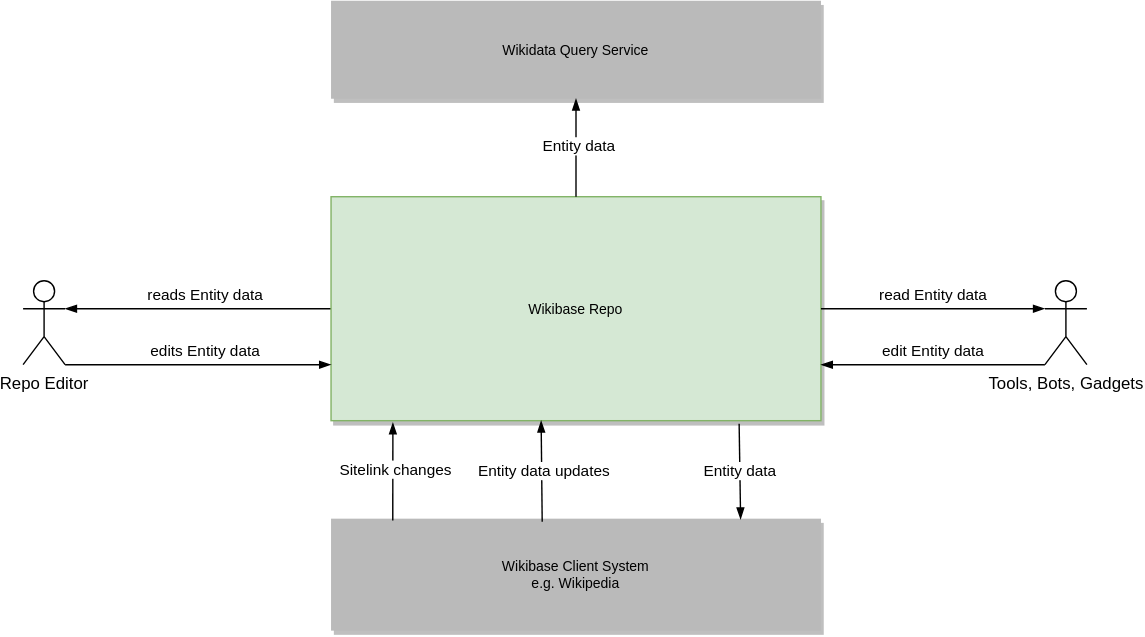
Above: systems/Repository/diagrams/03-business-context.drawio.svg in wmde/wikidata-wikibase-architecture (draw.io), before the change. Source tidied: cells renumbered, new cells last; positions are measured from the earlier drawing's top-left corner, leaving out a move shared by most shapes. Source of this version:
```xml
<mxGraphModel>
  <root>
    <mxCell id="0" />
    <mxCell id="1" parent="0" />
    <mxCell id="2" value="Wikibase Client System&#10;e.g. Wikipedia" style="rounded=0;shadow=1;fontSize=10;fontColor=#000000;strokeColor=none;direction=west;fillColor=#BABABA;" parent="1" vertex="1">
      <mxGeometry x="220" y="370" width="350" height="80" as="geometry" />
    </mxCell>
    <mxCell id="3" value="Repo Editor" style="shape=umlActor;verticalLabelPosition=bottom;verticalAlign=top;html=1;outlineConnect=0;" parent="1" vertex="1">
      <mxGeometry y="200" width="30" height="60" as="geometry" />
    </mxCell>
    <mxCell id="4" style="endArrow=none;strokeColor=#000000;fontSize=10;fontColor=#000000;strokeWidth=1;endFill=0;entryX=1;entryY=0.5;entryDx=0;entryDy=0;exitX=1;exitY=0.3333333333333333;exitDx=0;exitDy=0;exitPerimeter=0;startArrow=blockThin;startFill=1;" parent="1" edge="1" source="3" target="6">
      <mxGeometry relative="1" as="geometry" />
    </mxCell>
    <mxCell id="5" value="reads Entity data" style="edgeLabel;html=1;align=center;verticalAlign=middle;" parent="4" vertex="1">
      <mxGeometry x="0.24" y="-1" relative="1" as="geometry">
        <mxPoint x="-17.5" y="-11" as="offset" />
      </mxGeometry>
    </mxCell>
    <mxCell id="6" value="Wikibase Repo" style="rounded=0;shadow=1;fontSize=10;strokeColor=#82b366;direction=west;fillColor=#d5e8d4;" parent="1" vertex="1">
      <mxGeometry x="220" y="140" width="350" height="160" as="geometry" />
    </mxCell>
    <mxCell id="7" style="rounded=0;jettySize=auto;html=1;endArrow=none;endFill=0;exitX=0.491;exitY=1.044;exitDx=0;exitDy=0;exitPerimeter=0;entryX=0.874;entryY=0.983;entryDx=0;entryDy=0;entryPerimeter=0;startArrow=blockThin;startFill=1;" parent="1" edge="1" target="2">
      <mxGeometry relative="1" as="geometry">
        <mxPoint x="264.2" y="301.3" as="sourcePoint" />
      </mxGeometry>
    </mxCell>
    <mxCell id="8" value="Sitelink changes" style="edgeLabel;html=1;align=center;verticalAlign=middle;" parent="7" vertex="1">
      <mxGeometry x="0.2" relative="1" as="geometry">
        <mxPoint x="1.2" y="-8" as="offset" />
      </mxGeometry>
    </mxCell>
    <mxCell id="9" style="rounded=0;jettySize=auto;html=1;entryX=0.164;entryY=0.994;entryDx=0;entryDy=0;endArrow=blockThin;endFill=1;startArrow=none;startFill=0;strokeWidth=1;entryPerimeter=0;exitX=0.167;exitY=-0.014;exitDx=0;exitDy=0;exitPerimeter=0;" parent="1" edge="1" source="6" target="2">
      <mxGeometry relative="1" as="geometry" />
    </mxCell>
    <mxCell id="10" value="Entity data" style="edgeLabel;html=1;align=center;verticalAlign=middle;" parent="9" vertex="1">
      <mxGeometry x="0.14" y="-1" relative="1" as="geometry">
        <mxPoint x="0.8" y="-5.8" as="offset" />
      </mxGeometry>
    </mxCell>
    <mxCell id="11" style="rounded=0;jettySize=auto;html=1;endArrow=none;endFill=0;exitX=0.491;exitY=1.044;exitDx=0;exitDy=0;exitPerimeter=0;entryX=0.569;entryY=0.973;entryDx=0;entryDy=0;entryPerimeter=0;startArrow=blockThin;startFill=1;" parent="1" edge="1" target="2">
      <mxGeometry relative="1" as="geometry">
        <mxPoint x="370.1" y="300" as="sourcePoint" />
      </mxGeometry>
    </mxCell>
    <mxCell id="12" value="Entity data updates" style="edgeLabel;html=1;align=center;verticalAlign=middle;" parent="11" vertex="1">
      <mxGeometry x="0.2" relative="1" as="geometry">
        <mxPoint x="1.2" y="-8" as="offset" />
      </mxGeometry>
    </mxCell>
    <mxCell id="13" value="Wikidata Query Service" style="rounded=0;shadow=1;fontSize=10;fontColor=#000000;strokeColor=none;direction=west;fillColor=#BABABA;" parent="1" vertex="1">
      <mxGeometry x="220" width="350" height="70" as="geometry" />
    </mxCell>
    <mxCell id="14" style="rounded=0;jettySize=auto;html=1;endArrow=none;endFill=0;startArrow=blockThin;startFill=1;entryX=0.5;entryY=1;entryDx=0;entryDy=0;exitX=0.5;exitY=0;exitDx=0;exitDy=0;" parent="1" edge="1" source="13" target="6">
      <mxGeometry relative="1" as="geometry" />
    </mxCell>
    <mxCell id="15" value="Entity data" style="edgeLabel;html=1;align=center;verticalAlign=middle;" parent="14" vertex="1">
      <mxGeometry x="0.2" relative="1" as="geometry">
        <mxPoint x="1.2" y="-8" as="offset" />
      </mxGeometry>
    </mxCell>
    <mxCell id="16" style="endArrow=blockThin;strokeColor=#000000;fontSize=10;fontColor=#000000;strokeWidth=1;endFill=1;entryX=1;entryY=0.25;entryDx=0;entryDy=0;exitX=1;exitY=1;exitDx=0;exitDy=0;exitPerimeter=0;startArrow=none;startFill=0;" parent="1" edge="1" source="3" target="6">
      <mxGeometry relative="1" as="geometry" />
    </mxCell>
    <mxCell id="17" value="edits Entity data" style="edgeLabel;html=1;align=center;verticalAlign=middle;" parent="16" vertex="1">
      <mxGeometry x="0.24" y="-1" relative="1" as="geometry">
        <mxPoint x="-17.5" y="-11" as="offset" />
      </mxGeometry>
    </mxCell>
    <mxCell id="18" value="Tools, Bots, Gadgets" style="shape=umlActor;verticalLabelPosition=bottom;verticalAlign=top;html=1;outlineConnect=0;" parent="1" vertex="1">
      <mxGeometry x="730" y="200" width="30" height="60" as="geometry" />
    </mxCell>
    <mxCell id="19" style="endArrow=none;strokeColor=#000000;fontSize=10;fontColor=#000000;strokeWidth=1;endFill=0;exitX=0;exitY=0.3333333333333333;exitDx=0;exitDy=0;exitPerimeter=0;startArrow=blockThin;startFill=1;entryX=0;entryY=0.5;entryDx=0;entryDy=0;" parent="1" edge="1" source="18" target="6">
      <mxGeometry relative="1" as="geometry" />
    </mxCell>
    <mxCell id="20" value="read Entity data" style="edgeLabel;html=1;align=center;verticalAlign=middle;" parent="19" vertex="1">
      <mxGeometry x="0.24" y="-1" relative="1" as="geometry">
        <mxPoint x="19" y="-9" as="offset" />
      </mxGeometry>
    </mxCell>
    <mxCell id="21" style="endArrow=blockThin;strokeColor=#000000;fontSize=10;fontColor=#000000;strokeWidth=1;endFill=1;exitX=0;exitY=1;exitDx=0;exitDy=0;exitPerimeter=0;startArrow=none;startFill=0;entryX=0;entryY=0.25;entryDx=0;entryDy=0;" parent="1" edge="1" source="18" target="6">
      <mxGeometry relative="1" as="geometry" />
    </mxCell>
    <mxCell id="22" value="edit Entity data" style="edgeLabel;html=1;align=center;verticalAlign=middle;" parent="21" vertex="1">
      <mxGeometry x="0.24" y="-1" relative="1" as="geometry">
        <mxPoint x="19" y="-9" as="offset" />
      </mxGeometry>
    </mxCell>
  </root>
</mxGraphModel>
```
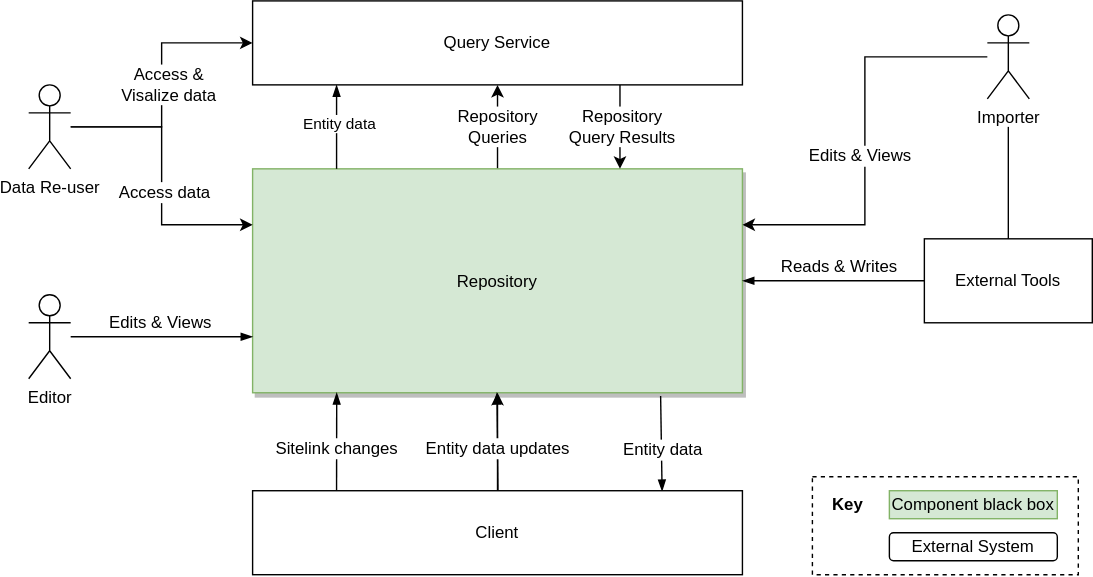
Above is the later version.

Commit message:
Add some initial query service content

What changed in the source:
```diff
@@ -2,88 +2,146 @@
   <root>
     <mxCell id="0" />
     <mxCell id="1" parent="0" />
-    <mxCell id="2" value="Wikibase Client System&#10;e.g. Wikipedia" style="rounded=0;shadow=1;fontSize=10;fontColor=#000000;strokeColor=none;direction=west;fillColor=#BABABA;" parent="1" vertex="1">
-      <mxGeometry x="220" y="370" width="350" height="80" as="geometry" />
-    </mxCell>
+    <mxCell id="23" style="edgeStyle=orthogonalEdgeStyle;rounded=0;orthogonalLoop=1;jettySize=auto;html=1;fontSize=12;" parent="1" edge="1">
+      <mxGeometry relative="1" as="geometry">
+        <mxPoint x="760" y="110" as="sourcePoint" />
+        <mxPoint x="760" y="200" as="targetPoint" />
+      </mxGeometry>
+    </mxCell>
-    <mxCell id="3" value="Repo Editor" style="shape=umlActor;verticalLabelPosition=bottom;verticalAlign=top;html=1;outlineConnect=0;" parent="1" vertex="1">
-      <mxGeometry y="200" width="30" height="60" as="geometry" />
+    <mxCell id="3" value="Editor" style="shape=umlActor;verticalLabelPosition=bottom;verticalAlign=top;html=1;outlineConnect=0;" parent="1" vertex="1">
+      <mxGeometry x="60" y="230" width="30" height="60" as="geometry" />
     </mxCell>
-    <mxCell id="4" style="endArrow=none;strokeColor=#000000;fontSize=10;fontColor=#000000;strokeWidth=1;endFill=0;entryX=1;entryY=0.5;entryDx=0;entryDy=0;exitX=1;exitY=0.3333333333333333;exitDx=0;exitDy=0;exitPerimeter=0;startArrow=blockThin;startFill=1;" parent="1" edge="1" source="3" target="6">
-      <mxGeometry relative="1" as="geometry" />
-    </mxCell>
-    <mxCell id="5" value="reads Entity data" style="edgeLabel;html=1;align=center;verticalAlign=middle;" parent="4" vertex="1">
-      <mxGeometry x="0.24" y="-1" relative="1" as="geometry">
-        <mxPoint x="-17.5" y="-11" as="offset" />
-      </mxGeometry>
-    </mxCell>
+    <mxCell id="24" style="edgeStyle=orthogonalEdgeStyle;rounded=0;jettySize=auto;html=1;entryX=0.5;entryY=1;entryDx=0;entryDy=0;fontSize=12;" parent="1" edge="1" source="6" target="36">
+      <mxGeometry relative="1" as="geometry" />
+    </mxCell>
+    <mxCell id="25" value="Repository&lt;br&gt;Queries" style="edgeLabel;html=1;align=center;verticalAlign=middle;fontSize=12;" parent="24" vertex="1">
+      <mxGeometry x="0.16" y="-1" relative="1" as="geometry">
+        <mxPoint x="-1" y="5" as="offset" />
+      </mxGeometry>
+    </mxCell>
-    <mxCell id="6" value="Wikibase Repo" style="rounded=0;shadow=1;fontSize=10;strokeColor=#82b366;direction=west;fillColor=#d5e8d4;" parent="1" vertex="1">
+    <mxCell id="6" value="Repository" style="rounded=0;shadow=1;fontSize=12;strokeColor=#82b366;direction=west;fillColor=#d5e8d4;" parent="1" vertex="1">
       <mxGeometry x="220" y="140" width="350" height="160" as="geometry" />
     </mxCell>
-    <mxCell id="7" style="rounded=0;jettySize=auto;html=1;endArrow=none;endFill=0;exitX=0.491;exitY=1.044;exitDx=0;exitDy=0;exitPerimeter=0;entryX=0.874;entryY=0.983;entryDx=0;entryDy=0;entryPerimeter=0;startArrow=blockThin;startFill=1;" parent="1" edge="1" target="2">
+    <mxCell id="7" style="rounded=0;orthogonalLoop=1;jettySize=auto;html=1;endArrow=none;endFill=0;exitX=0.491;exitY=1.044;exitDx=0;exitDy=0;exitPerimeter=0;entryX=0.874;entryY=0.983;entryDx=0;entryDy=0;entryPerimeter=0;startArrow=blockThin;startFill=1;" parent="1" edge="1">
       <mxGeometry relative="1" as="geometry">
-        <mxPoint x="264.2" y="301.3" as="sourcePoint" />
+        <mxPoint x="280.1" y="300" as="sourcePoint" />
+        <mxPoint x="280" y="370" as="targetPoint" />
       </mxGeometry>
     </mxCell>
-    <mxCell id="8" value="Sitelink changes" style="edgeLabel;html=1;align=center;verticalAlign=middle;" parent="7" vertex="1">
+    <mxCell id="8" value="Sitelink changes" style="edgeLabel;html=1;align=center;verticalAlign=middle;fontSize=12;" parent="7" vertex="1">
       <mxGeometry x="0.2" relative="1" as="geometry">
-        <mxPoint x="1.2" y="-8" as="offset" />
+        <mxPoint y="-2" as="offset" />
       </mxGeometry>
     </mxCell>
-    <mxCell id="9" style="rounded=0;jettySize=auto;html=1;entryX=0.164;entryY=0.994;entryDx=0;entryDy=0;endArrow=blockThin;endFill=1;startArrow=none;startFill=0;strokeWidth=1;entryPerimeter=0;exitX=0.167;exitY=-0.014;exitDx=0;exitDy=0;exitPerimeter=0;" parent="1" edge="1" source="6" target="2">
-      <mxGeometry relative="1" as="geometry" />
+    <mxCell id="9" style="rounded=0;jettySize=auto;html=1;entryX=0.164;entryY=0.994;entryDx=0;entryDy=0;endArrow=blockThin;endFill=1;startArrow=none;startFill=0;strokeWidth=1;entryPerimeter=0;exitX=0.167;exitY=-0.014;exitDx=0;exitDy=0;exitPerimeter=0;" parent="1" edge="1" source="6">
+      <mxGeometry relative="1" as="geometry">
+        <mxPoint x="512.6" y="370.5" as="targetPoint" />
+      </mxGeometry>
     </mxCell>
-    <mxCell id="10" value="Entity data" style="edgeLabel;html=1;align=center;verticalAlign=middle;" parent="9" vertex="1">
+    <mxCell id="10" value="Entity data" style="edgeLabel;html=1;align=center;verticalAlign=middle;fontSize=12;" parent="9" vertex="1">
       <mxGeometry x="0.14" y="-1" relative="1" as="geometry">
-        <mxPoint x="0.8" y="-5.8" as="offset" />
+        <mxPoint x="1" y="-1" as="offset" />
       </mxGeometry>
     </mxCell>
-    <mxCell id="11" style="rounded=0;jettySize=auto;html=1;endArrow=none;endFill=0;exitX=0.491;exitY=1.044;exitDx=0;exitDy=0;exitPerimeter=0;entryX=0.569;entryY=0.973;entryDx=0;entryDy=0;entryPerimeter=0;startArrow=blockThin;startFill=1;" parent="1" edge="1" target="2">
+    <mxCell id="11" style="rounded=0;orthogonalLoop=1;jettySize=auto;html=1;endArrow=none;endFill=0;exitX=0.491;exitY=1.044;exitDx=0;exitDy=0;exitPerimeter=0;entryX=0.569;entryY=0.973;entryDx=0;entryDy=0;entryPerimeter=0;startArrow=blockThin;startFill=1;" parent="1" edge="1">
       <mxGeometry relative="1" as="geometry">
-        <mxPoint x="370.1" y="300" as="sourcePoint" />
+        <mxPoint x="394.6" y="300" as="sourcePoint" />
+        <mxPoint x="395.3" y="372.2" as="targetPoint" />
       </mxGeometry>
     </mxCell>
-    <mxCell id="12" value="Entity data updates" style="edgeLabel;html=1;align=center;verticalAlign=middle;" parent="11" vertex="1">
-      <mxGeometry x="0.2" relative="1" as="geometry">
-        <mxPoint x="1.2" y="-8" as="offset" />
-      </mxGeometry>
-    </mxCell>
-    <mxCell id="13" value="Wikidata Query Service" style="rounded=0;shadow=1;fontSize=10;fontColor=#000000;strokeColor=none;direction=west;fillColor=#BABABA;" parent="1" vertex="1">
-      <mxGeometry x="220" width="350" height="70" as="geometry" />
-    </mxCell>
-    <mxCell id="14" style="rounded=0;jettySize=auto;html=1;endArrow=none;endFill=0;startArrow=blockThin;startFill=1;entryX=0.5;entryY=1;entryDx=0;entryDy=0;exitX=0.5;exitY=0;exitDx=0;exitDy=0;" parent="1" edge="1" source="13" target="6">
-      <mxGeometry relative="1" as="geometry" />
+    <mxCell id="14" style="rounded=0;orthogonalLoop=1;jettySize=auto;html=1;endArrow=none;endFill=0;startArrow=blockThin;startFill=1;entryX=0.5;entryY=1;entryDx=0;entryDy=0;exitX=0.5;exitY=1;exitDx=0;exitDy=0;" parent="1" edge="1">
+      <mxGeometry relative="1" as="geometry">
+        <mxPoint x="280" y="80" as="sourcePoint" />
+        <mxPoint x="280" y="140" as="targetPoint" />
+      </mxGeometry>
     </mxCell>
     <mxCell id="15" value="Entity data" style="edgeLabel;html=1;align=center;verticalAlign=middle;" parent="14" vertex="1">
       <mxGeometry x="0.2" relative="1" as="geometry">
         <mxPoint x="1.2" y="-8" as="offset" />
       </mxGeometry>
     </mxCell>
-    <mxCell id="16" style="endArrow=blockThin;strokeColor=#000000;fontSize=10;fontColor=#000000;strokeWidth=1;endFill=1;entryX=1;entryY=0.25;entryDx=0;entryDy=0;exitX=1;exitY=1;exitDx=0;exitDy=0;exitPerimeter=0;startArrow=none;startFill=0;" parent="1" edge="1" source="3" target="6">
-      <mxGeometry relative="1" as="geometry" />
+    <mxCell id="16" style="endArrow=blockThin;strokeColor=#000000;fontSize=10;fontColor=#000000;strokeWidth=1;endFill=1;entryX=1;entryY=0.25;entryDx=0;entryDy=0;startArrow=none;startFill=0;" parent="1" edge="1" target="6">
+      <mxGeometry relative="1" as="geometry">
+        <mxPoint x="90" y="260" as="sourcePoint" />
+      </mxGeometry>
     </mxCell>
-    <mxCell id="17" value="edits Entity data" style="edgeLabel;html=1;align=center;verticalAlign=middle;" parent="16" vertex="1">
+    <mxCell id="17" value="Edits &amp;amp; Views" style="edgeLabel;html=1;align=center;verticalAlign=middle;fontSize=12;" parent="16" vertex="1">
       <mxGeometry x="0.24" y="-1" relative="1" as="geometry">
         <mxPoint x="-17.5" y="-11" as="offset" />
       </mxGeometry>
     </mxCell>
-    <mxCell id="18" value="Tools, Bots, Gadgets" style="shape=umlActor;verticalLabelPosition=bottom;verticalAlign=top;html=1;outlineConnect=0;" parent="1" vertex="1">
-      <mxGeometry x="730" y="200" width="30" height="60" as="geometry" />
-    </mxCell>
-    <mxCell id="19" style="endArrow=none;strokeColor=#000000;fontSize=10;fontColor=#000000;strokeWidth=1;endFill=0;exitX=0;exitY=0.3333333333333333;exitDx=0;exitDy=0;exitPerimeter=0;startArrow=blockThin;startFill=1;entryX=0;entryY=0.5;entryDx=0;entryDy=0;" parent="1" edge="1" source="18" target="6">
-      <mxGeometry relative="1" as="geometry" />
-    </mxCell>
-    <mxCell id="20" value="read Entity data" style="edgeLabel;html=1;align=center;verticalAlign=middle;" parent="19" vertex="1">
-      <mxGeometry x="0.24" y="-1" relative="1" as="geometry">
-        <mxPoint x="19" y="-9" as="offset" />
-      </mxGeometry>
-    </mxCell>
-    <mxCell id="21" style="endArrow=blockThin;strokeColor=#000000;fontSize=10;fontColor=#000000;strokeWidth=1;endFill=1;exitX=0;exitY=1;exitDx=0;exitDy=0;exitPerimeter=0;startArrow=none;startFill=0;entryX=0;entryY=0.25;entryDx=0;entryDy=0;" parent="1" edge="1" source="18" target="6">
+    <mxCell id="21" style="endArrow=blockThin;strokeColor=#000000;fontSize=10;fontColor=#000000;strokeWidth=1;endFill=1;exitX=0;exitY=0.5;exitDx=0;exitDy=0;startArrow=none;startFill=0;entryX=0;entryY=0.5;entryDx=0;entryDy=0;" parent="1" edge="1" source="33" target="6">
       <mxGeometry relative="1" as="geometry" />
     </mxCell>
-    <mxCell id="22" value="edit Entity data" style="edgeLabel;html=1;align=center;verticalAlign=middle;" parent="21" vertex="1">
+    <mxCell id="22" value="Reads &amp;amp; Writes" style="edgeLabel;html=1;align=center;verticalAlign=middle;fontSize=12;" parent="21" vertex="1">
       <mxGeometry x="0.24" y="-1" relative="1" as="geometry">
         <mxPoint x="19" y="-9" as="offset" />
       </mxGeometry>
     </mxCell>
+    <mxCell id="26" style="rounded=0;whiteSpace=wrap;html=1;fillColor=none;dashed=1;" parent="1" vertex="1">
+      <mxGeometry x="620" y="360" width="190" height="70" as="geometry" />
+    </mxCell>
+    <mxCell id="27" value="&lt;b&gt;Key&lt;/b&gt;" style="text;html=1;align=center;verticalAlign=middle;strokeColor=none;" parent="1" vertex="1">
+      <mxGeometry x="625" y="370" width="40" height="20" as="geometry" />
+    </mxCell>
+    <mxCell id="28" value="Component black box" style="rounded=0;whiteSpace=wrap;html=1;align=center;fillColor=#d5e8d4;strokeColor=#82b366;" parent="1" vertex="1">
+      <mxGeometry x="675" y="370" width="120" height="20" as="geometry" />
+    </mxCell>
+    <mxCell id="29" value="External System" style="rounded=1;whiteSpace=wrap;html=1;align=center;" parent="1" vertex="1">
+      <mxGeometry x="675" y="400" width="120" height="20" as="geometry" />
+    </mxCell>
+    <mxCell id="30" style="edgeStyle=orthogonalEdgeStyle;rounded=0;jettySize=auto;html=1;entryX=0;entryY=0.75;entryDx=0;entryDy=0;fontSize=12;" parent="1" edge="1" source="32" target="6">
+      <mxGeometry relative="1" as="geometry" />
+    </mxCell>
+    <mxCell id="31" value="Edits &amp;amp; Views" style="edgeLabel;html=1;align=center;verticalAlign=middle;fontSize=12;" parent="30" vertex="1">
+      <mxGeometry x="0.17" y="-4" relative="1" as="geometry">
+        <mxPoint y="-14" as="offset" />
+      </mxGeometry>
+    </mxCell>
+    <mxCell id="32" value="Importer" style="shape=umlActor;verticalLabelPosition=bottom;verticalAlign=top;html=1;outlineConnect=0;" parent="1" vertex="1">
+      <mxGeometry x="745" y="30" width="30" height="60" as="geometry" />
+    </mxCell>
+    <mxCell id="33" value="External Tools" style="rounded=0;whiteSpace=wrap;html=1;" parent="1" vertex="1">
+      <mxGeometry x="700" y="190" width="120" height="60" as="geometry" />
+    </mxCell>
+    <mxCell id="34" style="edgeStyle=orthogonalEdgeStyle;rounded=0;jettySize=auto;html=1;exitX=0.75;exitY=1;exitDx=0;exitDy=0;entryX=0.25;entryY=1;entryDx=0;entryDy=0;fontSize=12;" parent="1" edge="1" source="36" target="6">
+      <mxGeometry relative="1" as="geometry" />
+    </mxCell>
+    <mxCell id="35" value="Repository&lt;br&gt;Query Results" style="edgeLabel;html=1;align=center;verticalAlign=middle;fontSize=12;" parent="34" vertex="1">
+      <mxGeometry x="-0.33" y="1" relative="1" as="geometry">
+        <mxPoint y="10" as="offset" />
+      </mxGeometry>
+    </mxCell>
+    <mxCell id="36" value="Query Service" style="rounded=0;whiteSpace=wrap;html=1;" parent="1" vertex="1">
+      <mxGeometry x="220" y="20" width="350" height="60" as="geometry" />
+    </mxCell>
+    <mxCell id="37" style="edgeStyle=orthogonalEdgeStyle;rounded=0;jettySize=auto;html=1;fontSize=12;" parent="1" edge="1" source="38" target="6">
+      <mxGeometry relative="1" as="geometry" />
+    </mxCell>
+    <mxCell id="12" value="Entity data updates" style="edgeLabel;html=1;align=center;verticalAlign=middle;fontSize=12;" parent="37" vertex="1">
+      <mxGeometry x="-0.22" relative="1" as="geometry">
+        <mxPoint y="-3" as="offset" />
+      </mxGeometry>
+    </mxCell>
+    <mxCell id="38" value="Client" style="rounded=0;whiteSpace=wrap;html=1;" parent="1" vertex="1">
+      <mxGeometry x="220" y="370" width="350" height="60" as="geometry" />
+    </mxCell>
+    <mxCell id="39" style="edgeStyle=orthogonalEdgeStyle;rounded=0;jettySize=auto;html=1;entryX=0;entryY=0.5;entryDx=0;entryDy=0;fontSize=12;" parent="1" edge="1" source="43" target="36">
+      <mxGeometry relative="1" as="geometry" />
+    </mxCell>
+    <mxCell id="40" value="Access &amp;amp;&lt;br&gt;Visalize data" style="edgeLabel;html=1;align=center;verticalAlign=middle;fontSize=12;" parent="39" vertex="1">
+      <mxGeometry x="0.15" y="-4" relative="1" as="geometry">
+        <mxPoint x="1" y="14" as="offset" />
+      </mxGeometry>
+    </mxCell>
+    <mxCell id="41" style="edgeStyle=orthogonalEdgeStyle;rounded=0;jettySize=auto;html=1;entryX=1;entryY=0.75;entryDx=0;entryDy=0;fontSize=12;" parent="1" edge="1" source="43" target="6">
+      <mxGeometry relative="1" as="geometry" />
+    </mxCell>
+    <mxCell id="42" value="Access data" style="edgeLabel;html=1;align=center;verticalAlign=middle;fontSize=12;" parent="41" vertex="1">
+      <mxGeometry x="0.12" y="2" relative="1" as="geometry" />
+    </mxCell>
+    <mxCell id="43" value="Data Re-user" style="shape=umlActor;verticalLabelPosition=bottom;verticalAlign=top;html=1;outlineConnect=0;" parent="1" vertex="1">
+      <mxGeometry x="60" y="80" width="30" height="60" as="geometry" />
+    </mxCell>
   </root>
 </mxGraphModel>
```
